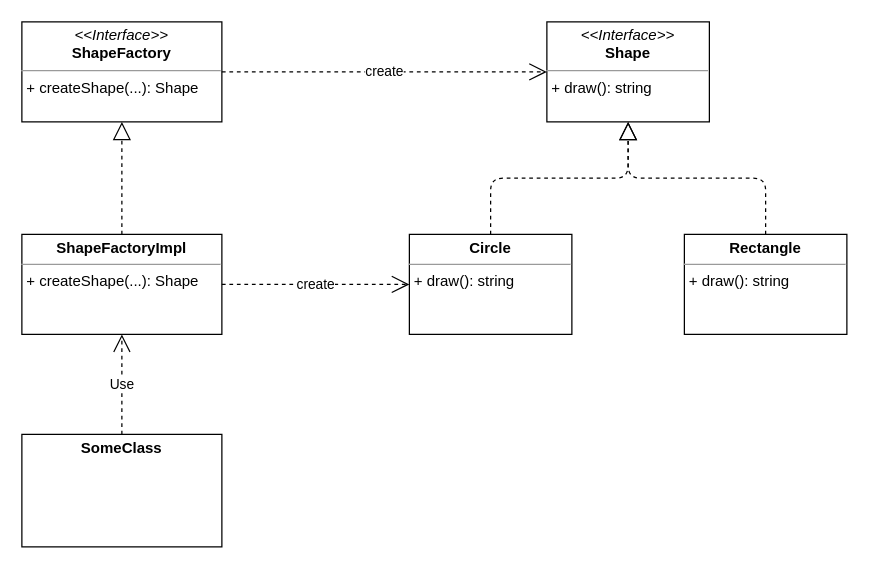
Above: apps/web/public/tech/design-patterns/factory-method.drawio in atman-33/computing-atman-v5 (draw.io), before the change. Source tidied: cells renumbered, new cells numbered last; positions are measured from the earlier drawing's top-left corner, leaving out a move shared by most shapes. Both pictures are drawn from the tidied source at 125%, with x=0, y=0 at pixel (21, 21).
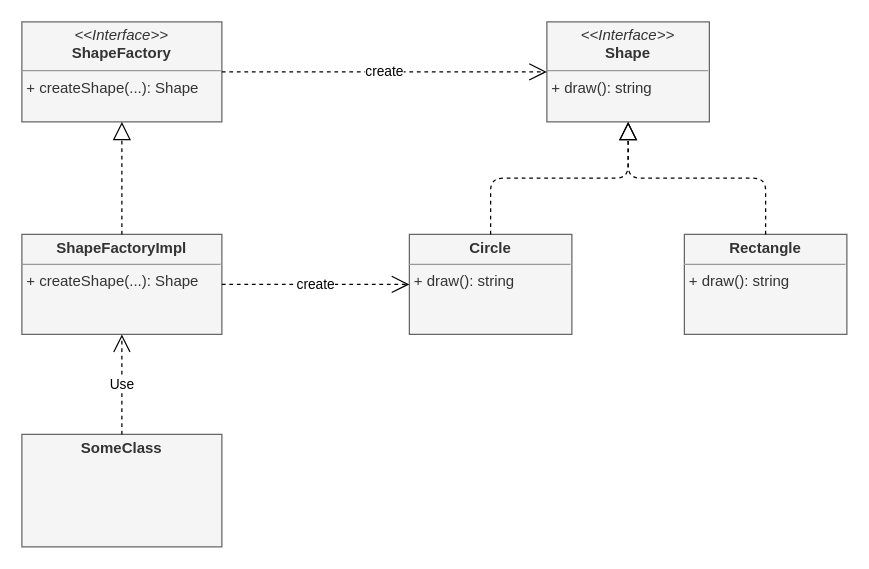
The same diagram, later.

Change to the diagram source:
```diff
@@
 <mxGraphModel>
   <root>
     <mxCell id="0" />
     <mxCell id="1" parent="0" />
-    <mxCell id="2" value="&lt;p style=&quot;margin:0px;margin-top:4px;text-align:center;&quot;&gt;&lt;i&gt;&amp;lt;&amp;lt;Interface&amp;gt;&amp;gt;&lt;/i&gt;&lt;br&gt;&lt;b&gt;Shape&lt;/b&gt;&lt;/p&gt;&lt;hr size=&quot;1&quot;&gt;&lt;p style=&quot;margin:0px;margin-left:4px;&quot;&gt;&lt;span style=&quot;background-color: initial;&quot;&gt;+ draw(): string&lt;/span&gt;&lt;br&gt;&lt;/p&gt;&lt;p style=&quot;margin:0px;margin-left:4px;&quot;&gt;&lt;br&gt;&lt;/p&gt;" style="verticalAlign=top;align=left;overflow=fill;fontSize=12;fontFamily=Helvetica;html=1;" parent="1" vertex="1">
+    <mxCell id="2" value="&lt;p style=&quot;margin:0px;margin-top:4px;text-align:center;&quot;&gt;&lt;i&gt;&amp;lt;&amp;lt;Interface&amp;gt;&amp;gt;&lt;/i&gt;&lt;br&gt;&lt;b&gt;Shape&lt;/b&gt;&lt;/p&gt;&lt;hr size=&quot;1&quot;&gt;&lt;p style=&quot;margin:0px;margin-left:4px;&quot;&gt;&lt;span style=&quot;background-color: initial;&quot;&gt;+ draw(): string&lt;/span&gt;&lt;br&gt;&lt;/p&gt;&lt;p style=&quot;margin:0px;margin-left:4px;&quot;&gt;&lt;br&gt;&lt;/p&gt;" style="verticalAlign=top;align=left;overflow=fill;fontSize=12;fontFamily=Helvetica;html=1;fillColor=#f5f5f5;fontColor=#333333;strokeColor=#666666;" parent="1" vertex="1">
       <mxGeometry x="420" width="130" height="80" as="geometry" />
     </mxCell>
-    <mxCell id="3" value="&lt;p style=&quot;margin:0px;margin-top:4px;text-align:center;&quot;&gt;&lt;b&gt;Circle&lt;/b&gt;&lt;/p&gt;&lt;hr size=&quot;1&quot;&gt;&lt;p style=&quot;margin:0px;margin-left:4px;&quot;&gt;&lt;/p&gt;&lt;p style=&quot;margin:0px;margin-left:4px;&quot;&gt;+ draw(): string&lt;/p&gt;" style="verticalAlign=top;align=left;overflow=fill;fontSize=12;fontFamily=Helvetica;html=1;" parent="1" vertex="1">
+    <mxCell id="3" value="&lt;p style=&quot;margin:0px;margin-top:4px;text-align:center;&quot;&gt;&lt;b&gt;Circle&lt;/b&gt;&lt;/p&gt;&lt;hr size=&quot;1&quot;&gt;&lt;p style=&quot;margin:0px;margin-left:4px;&quot;&gt;&lt;/p&gt;&lt;p style=&quot;margin:0px;margin-left:4px;&quot;&gt;+ draw(): string&lt;/p&gt;" style="verticalAlign=top;align=left;overflow=fill;fontSize=12;fontFamily=Helvetica;html=1;fillColor=#f5f5f5;fontColor=#333333;strokeColor=#666666;" parent="1" vertex="1">
       <mxGeometry x="310" y="170" width="130" height="80" as="geometry" />
     </mxCell>
-    <mxCell id="4" value="&lt;p style=&quot;margin:0px;margin-top:4px;text-align:center;&quot;&gt;&lt;b&gt;Rectangle&lt;/b&gt;&lt;/p&gt;&lt;hr size=&quot;1&quot;&gt;&lt;p style=&quot;margin:0px;margin-left:4px;&quot;&gt;&lt;/p&gt;&lt;p style=&quot;margin:0px;margin-left:4px;&quot;&gt;+ draw(): string&lt;/p&gt;" style="verticalAlign=top;align=left;overflow=fill;fontSize=12;fontFamily=Helvetica;html=1;" parent="1" vertex="1">
+    <mxCell id="4" value="&lt;p style=&quot;margin:0px;margin-top:4px;text-align:center;&quot;&gt;&lt;b&gt;Rectangle&lt;/b&gt;&lt;/p&gt;&lt;hr size=&quot;1&quot;&gt;&lt;p style=&quot;margin:0px;margin-left:4px;&quot;&gt;&lt;/p&gt;&lt;p style=&quot;margin:0px;margin-left:4px;&quot;&gt;+ draw(): string&lt;/p&gt;" style="verticalAlign=top;align=left;overflow=fill;fontSize=12;fontFamily=Helvetica;html=1;fillColor=#f5f5f5;fontColor=#333333;strokeColor=#666666;" parent="1" vertex="1">
       <mxGeometry x="530" y="170" width="130" height="80" as="geometry" />
     </mxCell>
     <mxCell id="5" style="endArrow=block;dashed=1;endFill=0;endSize=12;html=1;exitX=0.5;exitY=0;exitDx=0;exitDy=0;entryX=0.5;entryY=1;entryDx=0;entryDy=0;edgeStyle=orthogonalEdgeStyle;" parent="1" edge="1" source="3" target="2">
       <mxGeometry relative="1" as="geometry" />
     </mxCell>
     <mxCell id="6" style="endArrow=block;dashed=1;endFill=0;endSize=12;html=1;exitX=0.5;exitY=0;exitDx=0;exitDy=0;edgeStyle=orthogonalEdgeStyle;entryX=0.5;entryY=1;entryDx=0;entryDy=0;" parent="1" edge="1" source="4" target="2">
       <mxGeometry relative="1" as="geometry" />
     </mxCell>
-    <mxCell id="7" value="&lt;p style=&quot;margin:0px;margin-top:4px;text-align:center;&quot;&gt;&lt;i&gt;&amp;lt;&amp;lt;Interface&amp;gt;&amp;gt;&lt;/i&gt;&lt;br&gt;&lt;b&gt;ShapeFactory&lt;/b&gt;&lt;/p&gt;&lt;hr size=&quot;1&quot;&gt;&lt;p style=&quot;margin:0px;margin-left:4px;&quot;&gt;&lt;span style=&quot;background-color: initial;&quot;&gt;+ createShape(...): Shape&lt;/span&gt;&lt;/p&gt;" style="verticalAlign=top;align=left;overflow=fill;fontSize=12;fontFamily=Helvetica;html=1;" parent="1" vertex="1">
+    <mxCell id="7" value="&lt;p style=&quot;margin:0px;margin-top:4px;text-align:center;&quot;&gt;&lt;i&gt;&amp;lt;&amp;lt;Interface&amp;gt;&amp;gt;&lt;/i&gt;&lt;br&gt;&lt;b&gt;ShapeFactory&lt;/b&gt;&lt;/p&gt;&lt;hr size=&quot;1&quot;&gt;&lt;p style=&quot;margin:0px;margin-left:4px;&quot;&gt;&lt;span style=&quot;background-color: initial;&quot;&gt;+ createShape(...): Shape&lt;/span&gt;&lt;/p&gt;" style="verticalAlign=top;align=left;overflow=fill;fontSize=12;fontFamily=Helvetica;html=1;fillColor=#f5f5f5;fontColor=#333333;strokeColor=#666666;" parent="1" vertex="1">
       <mxGeometry width="160" height="80" as="geometry" />
     </mxCell>
     <mxCell id="8" value="create" style="endArrow=open;endSize=12;dashed=1;html=1;exitX=1;exitY=0.5;exitDx=0;exitDy=0;entryX=0;entryY=0.5;entryDx=0;entryDy=0;" parent="1" edge="1" source="7" target="2">
       <mxGeometry relative="1" as="geometry" />
     </mxCell>
-    <mxCell id="9" value="&lt;p style=&quot;margin:0px;margin-top:4px;text-align:center;&quot;&gt;&lt;b&gt;ShapeFactoryImpl&lt;/b&gt;&lt;/p&gt;&lt;hr size=&quot;1&quot;&gt;&lt;p style=&quot;margin:0px;margin-left:4px;&quot;&gt;&lt;/p&gt;&lt;p style=&quot;margin:0px;margin-left:4px;&quot;&gt;+ createShape(...): Shape&lt;/p&gt;" style="verticalAlign=top;align=left;overflow=fill;fontSize=12;fontFamily=Helvetica;html=1;" parent="1" vertex="1">
+    <mxCell id="9" value="&lt;p style=&quot;margin:0px;margin-top:4px;text-align:center;&quot;&gt;&lt;b&gt;ShapeFactoryImpl&lt;/b&gt;&lt;/p&gt;&lt;hr size=&quot;1&quot;&gt;&lt;p style=&quot;margin:0px;margin-left:4px;&quot;&gt;&lt;/p&gt;&lt;p style=&quot;margin:0px;margin-left:4px;&quot;&gt;+ createShape(...): Shape&lt;/p&gt;" style="verticalAlign=top;align=left;overflow=fill;fontSize=12;fontFamily=Helvetica;html=1;fillColor=#f5f5f5;fontColor=#333333;strokeColor=#666666;" parent="1" vertex="1">
       <mxGeometry y="170" width="160" height="80" as="geometry" />
     </mxCell>
     <mxCell id="10" style="endArrow=block;dashed=1;endFill=0;endSize=12;html=1;exitX=0.5;exitY=0;exitDx=0;exitDy=0;edgeStyle=orthogonalEdgeStyle;" parent="1" edge="1" source="9" target="7">
       <mxGeometry relative="1" as="geometry" />
     </mxCell>
-    <mxCell id="11" value="&lt;p style=&quot;margin:0px;margin-top:4px;text-align:center;&quot;&gt;&lt;b&gt;SomeClass&lt;/b&gt;&lt;/p&gt;&lt;p style=&quot;margin:0px;margin-left:4px;&quot;&gt;&lt;br&gt;&lt;/p&gt;" style="verticalAlign=top;align=left;overflow=fill;fontSize=12;fontFamily=Helvetica;html=1;fontColor=default;" parent="1" vertex="1">
+    <mxCell id="11" value="&lt;p style=&quot;margin:0px;margin-top:4px;text-align:center;&quot;&gt;&lt;b&gt;SomeClass&lt;/b&gt;&lt;/p&gt;&lt;p style=&quot;margin:0px;margin-left:4px;&quot;&gt;&lt;br&gt;&lt;/p&gt;" style="verticalAlign=top;align=left;overflow=fill;fontSize=12;fontFamily=Helvetica;html=1;fontColor=#333333;fillColor=#f5f5f5;strokeColor=#666666;" parent="1" vertex="1">
       <mxGeometry y="330" width="160" height="90" as="geometry" />
     </mxCell>
     <mxCell id="12" value="create" style="endArrow=open;endSize=12;dashed=1;html=1;exitX=1;exitY=0.5;exitDx=0;exitDy=0;entryX=0;entryY=0.5;entryDx=0;entryDy=0;" parent="1" edge="1" source="9" target="3">
       <mxGeometry relative="1" as="geometry" />
     </mxCell>
     <mxCell id="13" value="Use" style="endArrow=open;endSize=12;dashed=1;html=1;rounded=1;labelBackgroundColor=default;strokeColor=default;fontFamily=Helvetica;fontSize=11;fontColor=default;shape=connector;exitX=0.5;exitY=0;exitDx=0;exitDy=0;" parent="1" edge="1" source="11" target="9">
       <mxGeometry relative="1" as="geometry" />
     </mxCell>
   </root>
 </mxGraphModel>
```
